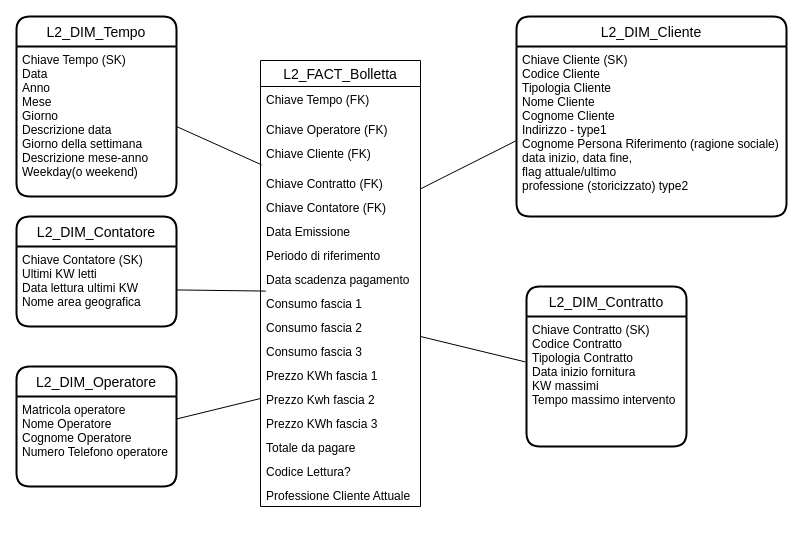
This is page "Copy of Pagina-2" (3 of 3) of ER Diagram minimal.drawio from chaitanya0498/DE, a draw.io file, before an edit. Source tidied: cells renumbered, new cells numbered last; positions are measured from the earlier drawing's top-left corner, leaving out a move shared by most shapes. Both pictures are drawn from the tidied source at 100%, with x=0, y=0 at pixel (16, 16).
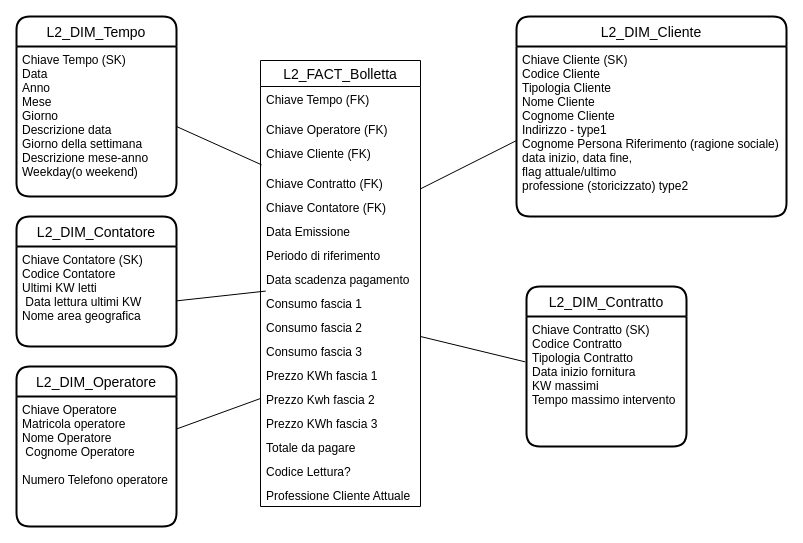
The same diagram, later.

The edit, as a diff of the source:
```diff
@@
     <mxCell id="29" value="L2_DIM_Contatore" style="swimlane;horizontal=1;startSize=30;rounded=1;fontSize=14;fontStyle=0;strokeWidth=2;shadow=0;dashed=0;align=center;" parent="1" vertex="1">
-      <mxGeometry y="200" width="160" height="110" as="geometry" />
+      <mxGeometry y="200" width="160" height="130" as="geometry" />
     </mxCell>
-    <mxCell id="30" value="Chiave Contatore (SK)&#10;Ultimi KW letti&#10;Data lettura ultimi KW&#10;Nome area geografica&#10;" style="align=left;strokeColor=none;fillColor=none;spacingLeft=4;fontSize=12;verticalAlign=top;" parent="29" vertex="1">
-      <mxGeometry y="30" width="160" height="80" as="geometry" />
+    <mxCell id="30" value="Chiave Contatore (SK)&#10;Codice Contatore&#10;Ultimi KW letti &#10; Data lettura ultimi KW&#10;Nome area geografica" style="align=left;strokeColor=none;fillColor=none;spacingLeft=4;fontSize=12;verticalAlign=top;" parent="29" vertex="1">
+      <mxGeometry y="30" width="160" height="100" as="geometry" />
     </mxCell>
@@
     <mxCell id="32" value="L2_DIM_Operatore" style="swimlane;horizontal=1;startSize=30;rounded=1;fontSize=14;fontStyle=0;strokeWidth=2;shadow=0;dashed=0;align=center;" parent="1" vertex="1">
-      <mxGeometry y="350" width="160" height="120" as="geometry" />
+      <mxGeometry y="350" width="160" height="160" as="geometry" />
     </mxCell>
-    <mxCell id="33" value="Matricola operatore&#10;Nome Operatore&#10;Cognome Operatore&#10;Numero Telefono operatore&#10;" style="align=left;strokeColor=none;fillColor=none;spacingLeft=4;fontSize=12;verticalAlign=top;" parent="32" vertex="1">
-      <mxGeometry y="30" width="160" height="90" as="geometry" />
+    <mxCell id="33" value="Chiave Operatore&#10;Matricola operatore&#10;Nome Operatore&#10; Cognome Operatore &#10;&#10;Numero Telefono operatore&#10;" style="align=left;strokeColor=none;fillColor=none;spacingLeft=4;fontSize=12;verticalAlign=top;" parent="32" vertex="1">
+      <mxGeometry y="30" width="160" height="130" as="geometry" />
     </mxCell>
```
